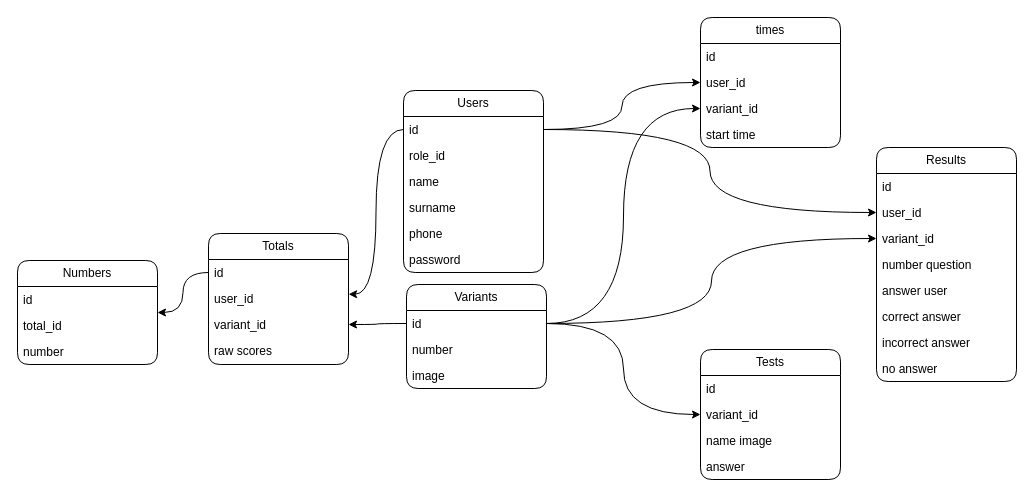
MardonAslonov/DrawIo keeps this draw.io diagram as GRE.drawio. Above is the earlier version. Source tidied: cells renumbered, new cells numbered last; positions are measured from the earlier drawing's top-left corner, leaving out a move shared by most shapes. Both pictures are drawn from the tidied source at 100%, with x=0, y=0 at pixel (17, 17).
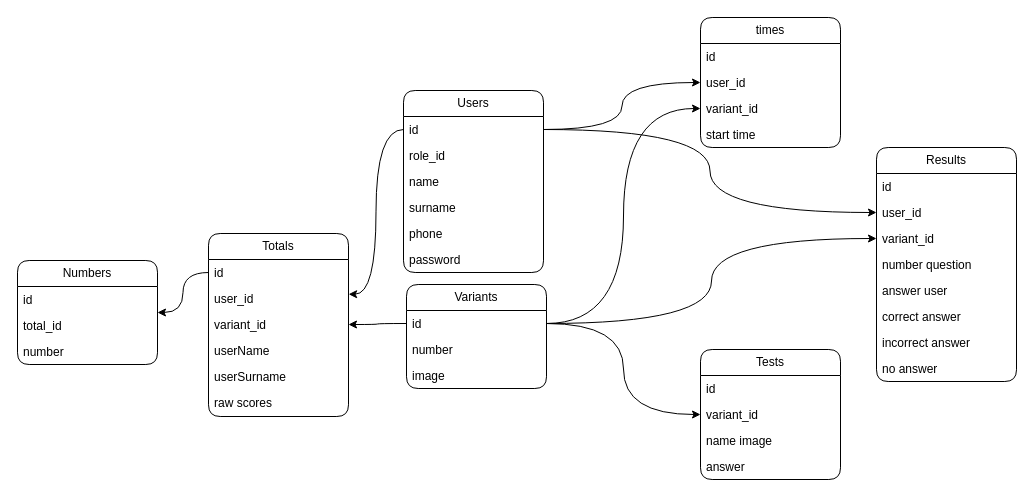
The same diagram, later.

The edit, as a diff of the source:
```diff
@@
     <mxCell id="30" value="Totals" style="swimlane;fontStyle=0;horizontal=1;startSize=26;fillColor=none;whiteSpace=wrap;html=1;rounded=1;" parent="1" vertex="1">
-      <mxGeometry x="191" y="216" width="140" height="131" as="geometry" />
+      <mxGeometry x="191" y="216" width="140" height="183" as="geometry" />
     </mxCell>
@@
+    <mxCell id="49" value="userName" style="text;strokeColor=none;fillColor=none;align=left;verticalAlign=top;spacingLeft=4;spacingRight=4;overflow=hidden;whiteSpace=wrap;html=1;" parent="30" vertex="1">
+      <mxGeometry y="104" width="140" height="26" as="geometry" />
+    </mxCell>
+    <mxCell id="50" value="userSurname" style="text;strokeColor=none;fillColor=none;align=left;verticalAlign=top;spacingLeft=4;spacingRight=4;overflow=hidden;whiteSpace=wrap;html=1;" parent="30" vertex="1">
+      <mxGeometry y="130" width="140" height="26" as="geometry" />
+    </mxCell>
     <mxCell id="34" value="raw scores" style="text;strokeColor=none;fillColor=none;align=left;verticalAlign=top;spacingLeft=4;spacingRight=4;overflow=hidden;whiteSpace=wrap;html=1;" parent="30" vertex="1">
-      <mxGeometry y="104" width="140" height="27" as="geometry" />
+      <mxGeometry y="156" width="140" height="27" as="geometry" />
     </mxCell>
```
